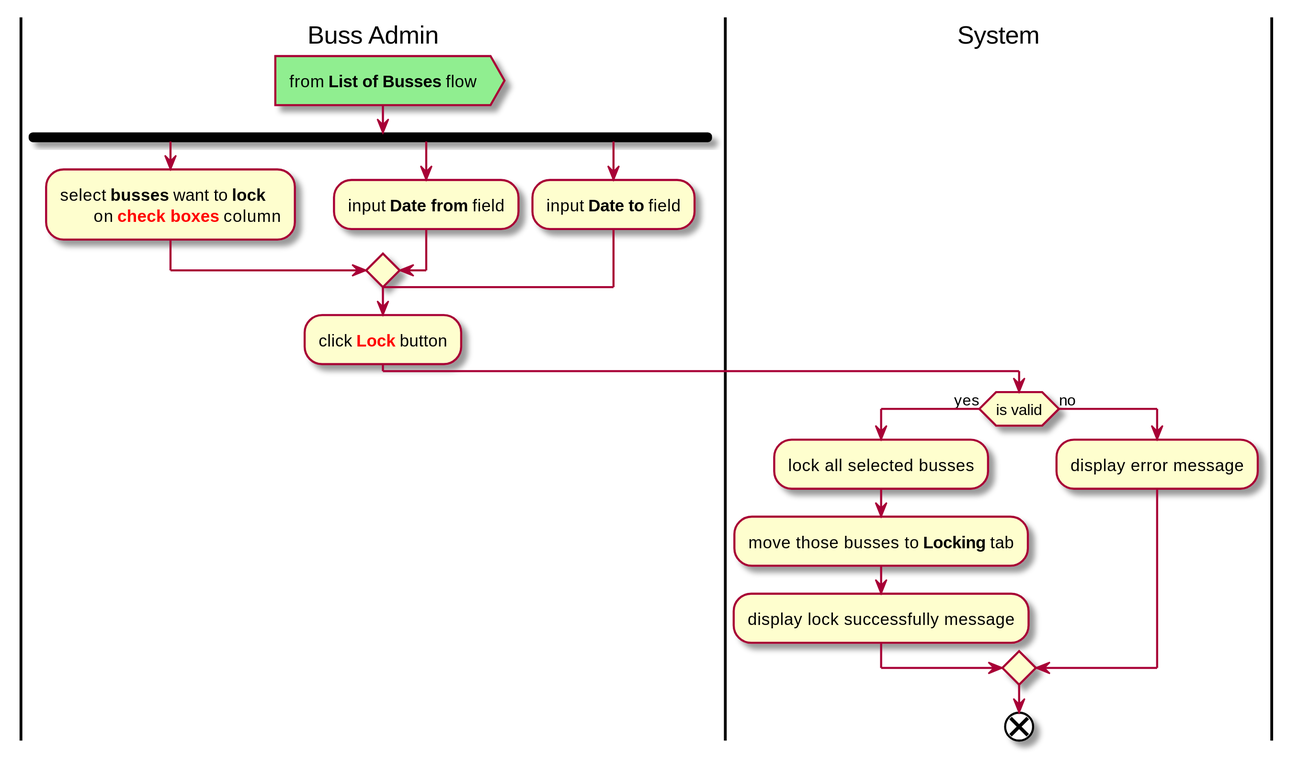
tungdduy/funixCP keeps this PlantUML diagram as Documents/working/Giap/usecases_and_flow_charts/lock_buss.svg. Above is the earlier version.
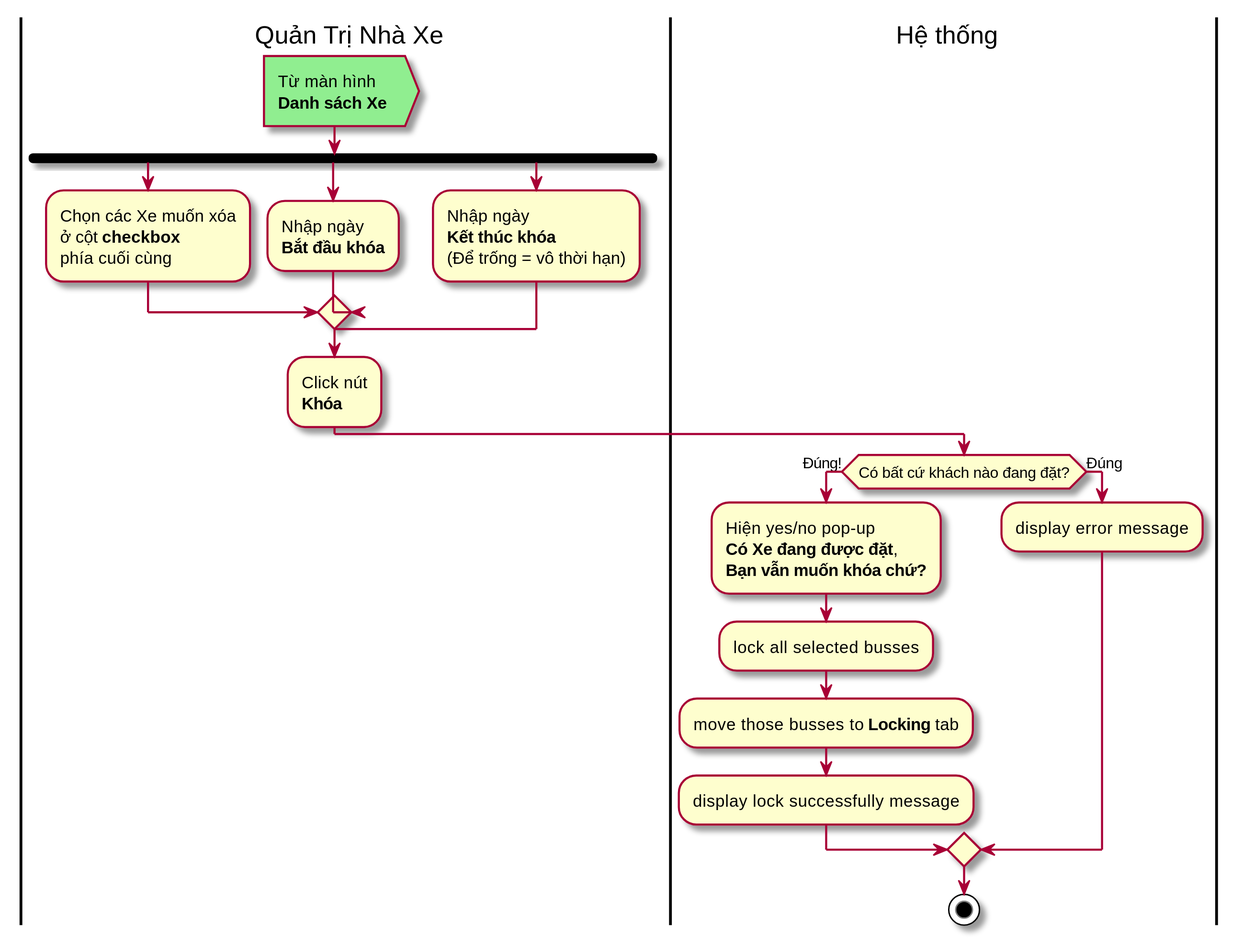
After the change.

Change to the diagram source:
```diff
@@ -1,24 +1,40 @@
 @startuml
 skinparam dpi 200
 
-|Buss Admin|
-#lightgreen:from <b>List of Busses</b> flow>
-fork
-:select <b>busses</b> want to <b>lock</b>
-	on <b><color:red>check boxes</color></b> column;
-fork again
-:input <b>Date from</b> field;
-fork again
-:input <b>Date to</b> field;
-end merge
-:click <b><color:red>Lock</color></b> button;
-|System|
-if (is valid) then (yes)
+|Buss Admin| Quản Trị Nhà Xe
+
+	#lightgreen:Từ màn hình
+	<b>Danh sách Xe</b> >
+
+	fork
+		:Chọn các Xe muốn xóa
+		ở cột <b>checkbox</b>
+		phía cuối cùng;
+	fork again
+		:Nhập ngày
+		<b>Bắt đầu khóa</b>;
+	fork again
+		:Nhập ngày
+		<b>Kết thúc khóa</b>
+		(Để trống = vô thời hạn);
+	end merge
+
+	:Click nút
+	<b>Khóa</b>;
+|System| Hệ thống
+
+if (Có bất cứ khách nào đang đặt?) then (Đúng!)
+
+	:Hiện yes/no pop-up
+	<b>Có Xe đang được đặt</b>,
+	<b>Bạn vẫn muốn khóa chứ?</b>;
+
 	:lock all selected busses;
+
 	:move those busses to <b>Locking</b> tab;
 	:display lock successfully message;
-else (no)
+else (Đúng)
 	:display error message;
 endif
-end
+	stop
 @enduml
```
